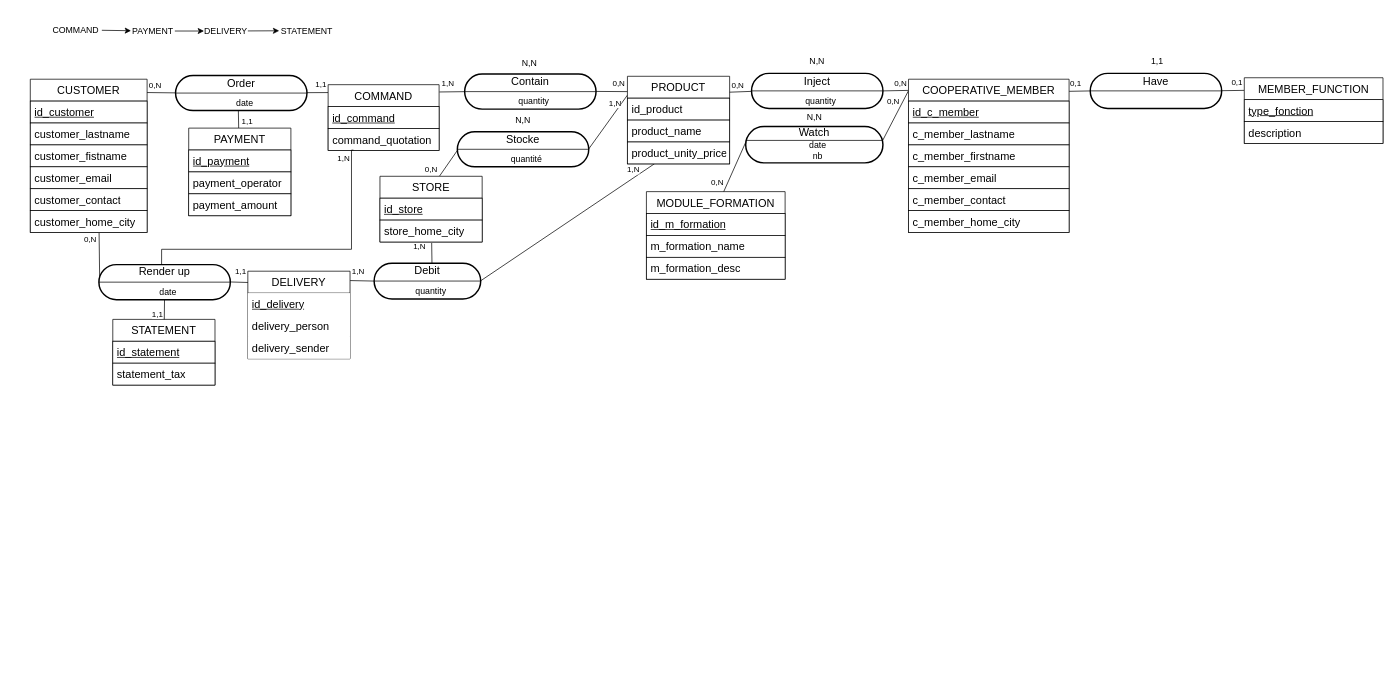
Earlier version of the draw.io diagram doc/architectures/database/00_mcd.drawio (Ghislain-KIMA/projet_tutor-_licence_2_plateforme_de_gestion_des_coop-ratives_agricoles). Source tidied: cells renumbered, new cells numbered last; positions are measured from the earlier drawing's top-left corner, leaving out a move shared by most shapes. Both pictures are drawn from the tidied source at 73%, with x=0, y=0 at pixel (30, 18).
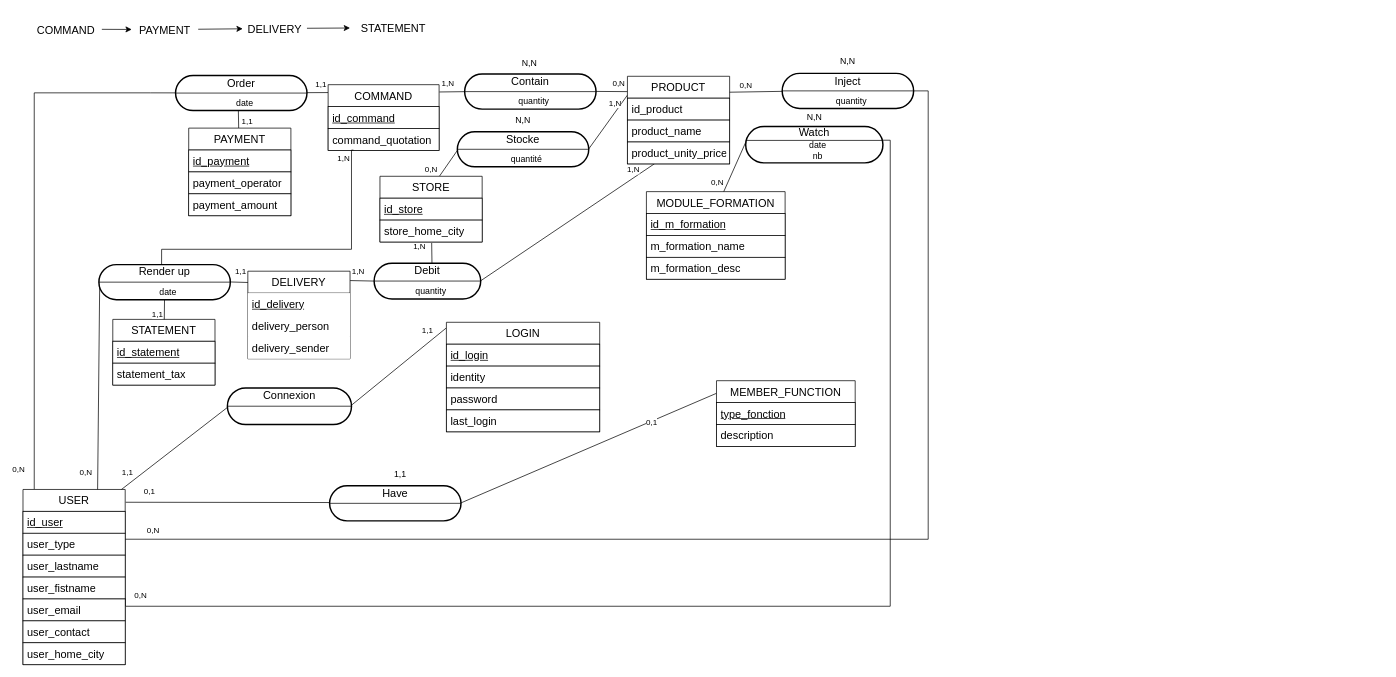
The same page after the edit.

Unchanged cells that the change refers to:
```xml
<mxCell id="48" style="line;strokeWidth=1;fillColor=none;align=left;verticalAlign=middle;spacingTop=-1;spacingLeft=3;spacingRight=3;labelPosition=right;points=[];portConstraint=eastwest;fontSize=15;" parent="45" vertex="1">
  <mxGeometry y="20" width="180" height="8" as="geometry" />
</mxCell>
<mxCell id="63" value="MEMBER_FUNCTION" style="swimlane;fontStyle=0;horizontal=1;startSize=30;whiteSpace=wrap;html=1;fontSize=15;" parent="62" vertex="1">
  <mxGeometry width="190" height="90" as="geometry" />
</mxCell>
<mxCell id="78" style="line;strokeWidth=1;fillColor=none;align=left;verticalAlign=middle;spacingTop=-1;spacingLeft=3;spacingRight=3;labelPosition=right;points=[];portConstraint=eastwest;fontSize=15;" parent="75" vertex="1">
  <mxGeometry y="20" width="180" height="8" as="geometry" />
</mxCell>
<mxCell id="114" style="line;strokeWidth=1;fillColor=none;align=left;verticalAlign=middle;spacingTop=-1;spacingLeft=3;spacingRight=3;labelPosition=right;points=[];portConstraint=eastwest;fontSize=15;rotation=0;" parent="111" vertex="1">
  <mxGeometry y="14.8" width="188" height="8.3" as="geometry" />
</mxCell>
<mxCell id="128" style="line;strokeWidth=1;fillColor=none;align=left;verticalAlign=middle;spacingTop=-1;spacingLeft=3;spacingRight=3;labelPosition=right;points=[];portConstraint=eastwest;fontSize=15;" parent="125" vertex="1">
  <mxGeometry y="21" width="180" height="8" as="geometry" />
</mxCell>
```

Change to the diagram source:
```diff
@@
-    <mxCell id="2" style="rounded=0;jettySize=auto;html=1;" parent="1" edge="1" source="3" target="8">
+    <mxCell id="2" style="rounded=0;jettySize=auto;html=1;fontSize=15;" parent="1" edge="1" source="3" target="8">
       <mxGeometry relative="1" as="geometry" />
     </mxCell>
-    <mxCell id="3" value="COMMAND" style="text;html=1;whiteSpace=wrap;strokeColor=none;fillColor=none;align=center;verticalAlign=middle;rounded=0;" parent="1" vertex="1">
-      <mxGeometry x="27" y="4" width="71" height="25" as="geometry" />
+    <mxCell id="3" value="COMMAND" style="text;html=1;whiteSpace=wrap;strokeColor=none;fillColor=none;align=center;verticalAlign=middle;rounded=0;fontSize=15;" parent="1" vertex="1">
+      <mxGeometry y="4" width="98" height="23" as="geometry" />
     </mxCell>
-    <mxCell id="4" style="rounded=0;jettySize=auto;html=1;" parent="1" edge="1" source="5" target="6">
+    <mxCell id="4" style="rounded=0;jettySize=auto;html=1;fontSize=15;" parent="1" edge="1" source="5" target="6">
       <mxGeometry relative="1" as="geometry" />
     </mxCell>
-    <mxCell id="5" value="DELIVERY" style="text;html=1;whiteSpace=wrap;strokeColor=none;fillColor=none;align=center;verticalAlign=middle;rounded=0;" parent="1" vertex="1">
-      <mxGeometry x="238" y="3" width="60" height="30" as="geometry" />
+    <mxCell id="5" value="DELIVERY" style="text;html=1;whiteSpace=wrap;strokeColor=none;fillColor=none;align=center;verticalAlign=middle;rounded=0;fontSize=15;" parent="1" vertex="1">
+      <mxGeometry x="291" y="-7.5" width="88" height="44" as="geometry" />
     </mxCell>
-    <mxCell id="6" value="STATEMENT" style="text;html=1;whiteSpace=wrap;strokeColor=none;fillColor=none;align=center;verticalAlign=middle;rounded=0;" parent="1" vertex="1">
-      <mxGeometry x="341" width="76" height="35" as="geometry" />
+    <mxCell id="6" value="STATEMENT" style="text;html=1;whiteSpace=wrap;strokeColor=none;fillColor=none;align=center;verticalAlign=middle;rounded=0;fontSize=15;" parent="1" vertex="1">
+      <mxGeometry x="438" width="119" height="27" as="geometry" />
     </mxCell>
-    <mxCell id="7" style="rounded=0;jettySize=auto;html=1;" parent="1" edge="1" source="8" target="5">
+    <mxCell id="7" style="rounded=0;jettySize=auto;html=1;fontSize=15;" parent="1" edge="1" source="8" target="5">
       <mxGeometry relative="1" as="geometry" />
     </mxCell>
-    <mxCell id="8" value="PAYMENT" style="text;html=1;whiteSpace=wrap;strokeColor=none;fillColor=none;align=center;verticalAlign=middle;rounded=0;" parent="1" vertex="1">
-      <mxGeometry x="138" y="3" width="60" height="30" as="geometry" />
+    <mxCell id="8" value="PAYMENT" style="text;html=1;whiteSpace=wrap;strokeColor=none;fillColor=none;align=center;verticalAlign=middle;rounded=0;fontSize=15;" parent="1" vertex="1">
+      <mxGeometry x="139" y="-1" width="91" height="34" as="geometry" />
     </mxCell>
-    <mxCell id="9" style="endArrow=none;html=1;rounded=0;exitX=0.998;exitY=0.087;exitDx=0;exitDy=0;exitPerimeter=0;entryX=0.004;entryY=0.466;entryDx=0;entryDy=0;entryPerimeter=0;" parent="1" edge="1" source="134" target="48">
+    <mxCell id="9" style="endArrow=none;html=1;rounded=0;exitX=0.11;exitY=-0.001;exitDx=0;exitDy=0;exitPerimeter=0;entryX=0.004;entryY=0.466;entryDx=0;entryDy=0;entryPerimeter=0;edgeStyle=orthogonalEdgeStyle;" parent="1" edge="1" source="160" target="48">
       <mxGeometry relative="1" as="geometry" />
     </mxCell>
     <mxCell id="10" value="0,N" style="edgeLabel;html=1;align=center;verticalAlign=middle;" parent="9" vertex="1">
       <mxGeometry x="-0.73" relative="1" as="geometry">
-        <mxPoint x="6" y="-10" as="offset" />
+        <mxPoint x="-22" y="73" as="offset" />
       </mxGeometry>
     </mxCell>
-    <mxCell id="11" style="endArrow=none;html=1;rounded=0;entryX=0.006;entryY=0.505;entryDx=0;entryDy=0;entryPerimeter=0;exitX=0.589;exitY=1.009;exitDx=0;exitDy=0;exitPerimeter=0;" parent="1" edge="1" source="140" target="128">
+    <mxCell id="11" style="endArrow=none;html=1;rounded=0;entryX=0.006;entryY=0.505;entryDx=0;entryDy=0;entryPerimeter=0;exitX=0.73;exitY=0.002;exitDx=0;exitDy=0;exitPerimeter=0;" parent="1" edge="1" source="160" target="128">
       <mxGeometry relative="1" as="geometry" />
     </mxCell>
@@
-    <mxCell id="19" style="rounded=0;jettySize=auto;html=1;exitX=1.001;exitY=0.501;exitDx=0;exitDy=0;exitPerimeter=0;entryX=-0.002;entryY=0.073;entryDx=0;entryDy=0;entryPerimeter=0;endArrow=none;endFill=0;" parent="1" edge="1" source="78" target="55">
+    <mxCell id="19" style="rounded=0;jettySize=auto;html=1;exitX=1.001;exitY=0.501;exitDx=0;exitDy=0;exitPerimeter=0;endArrow=none;endFill=0;entryX=0.992;entryY=0.272;entryDx=0;entryDy=0;entryPerimeter=0;edgeStyle=orthogonalEdgeStyle;" parent="1" edge="1" source="78" target="162">
       <mxGeometry relative="1" as="geometry" />
     </mxCell>
     <mxCell id="20" value="0,N" style="edgeLabel;html=1;align=center;verticalAlign=middle;" parent="19" vertex="1">
       <mxGeometry x="0.36" relative="1" as="geometry">
-        <mxPoint y="-10" as="offset" />
+        <mxPoint x="-517" y="-13" as="offset" />
       </mxGeometry>
     </mxCell>
@@
-    <mxCell id="31" style="endArrow=none;html=1;rounded=0;exitX=0.999;exitY=0.467;exitDx=0;exitDy=0;exitPerimeter=0;entryX=0;entryY=0.075;entryDx=0;entryDy=0;entryPerimeter=0;" parent="1" edge="1" source="114" target="55">
+    <mxCell id="31" style="endArrow=none;html=1;rounded=0;exitX=0.999;exitY=0.467;exitDx=0;exitDy=0;exitPerimeter=0;entryX=1.003;entryY=0.982;entryDx=0;entryDy=0;entryPerimeter=0;edgeStyle=orthogonalEdgeStyle;" parent="1" edge="1" source="114" target="164">
       <mxGeometry relative="1" as="geometry" />
     </mxCell>
     <mxCell id="32" value="0,N" style="edgeLabel;html=1;align=center;verticalAlign=middle;" parent="31" vertex="1">
       <mxGeometry x="0.73" relative="1" as="geometry">
-        <mxPoint x="-17" y="5" as="offset" />
+        <mxPoint x="-200" y="-16" as="offset" />
       </mxGeometry>
     </mxCell>
@@
-    <mxCell id="39" style="endArrow=none;html=1;rounded=0;entryX=0.006;entryY=0.505;entryDx=0;entryDy=0;entryPerimeter=0;exitX=1;exitY=0.079;exitDx=0;exitDy=0;exitPerimeter=0;" parent="1" edge="1" source="55" target="84">
+    <mxCell id="39" style="endArrow=none;html=1;rounded=0;exitX=1.004;exitY=0.073;exitDx=0;exitDy=0;exitPerimeter=0;entryX=0.006;entryY=0.362;entryDx=0;entryDy=0;entryPerimeter=0;" parent="1" edge="1" source="160" target="84">
       <mxGeometry relative="1" as="geometry" />
     </mxCell>
     <mxCell id="40" value="0,1" style="edgeLabel;html=1;align=center;verticalAlign=middle;" parent="39" vertex="1">
       <mxGeometry x="-0.61" y="2" relative="1" as="geometry">
-        <mxPoint x="3" y="-9" as="offset" />
+        <mxPoint x="-23" y="-13" as="offset" />
       </mxGeometry>
     </mxCell>
-    <mxCell id="41" style="endArrow=none;html=1;rounded=0;exitX=0.999;exitY=0.467;exitDx=0;exitDy=0;exitPerimeter=0;entryX=0;entryY=0.192;entryDx=0;entryDy=0;entryPerimeter=0;" parent="1" edge="1" source="84" target="63">
+    <mxCell id="41" style="endArrow=none;html=1;rounded=0;exitX=0.99;exitY=0.521;exitDx=0;exitDy=0;entryX=0;entryY=0.192;entryDx=0;entryDy=0;entryPerimeter=0;exitPerimeter=0;" parent="1" edge="1" source="84" target="63">
       <mxGeometry relative="1" as="geometry" />
     </mxCell>
     <mxCell id="42" value="0,1" style="edgeLabel;html=1;align=center;verticalAlign=middle;" parent="41" vertex="1">
       <mxGeometry x="0.46" y="4" relative="1" as="geometry">
-        <mxPoint x="-2" y="-7" as="offset" />
+        <mxPoint x="7" y="2" as="offset" />
       </mxGeometry>
     </mxCell>
@@
-    <mxCell id="54" style="group;" parent="1" vertex="1">
-      <mxGeometry x="1203" y="84" width="220" height="210" as="geometry" />
-    </mxCell>
-    <mxCell id="55" value="COOPERATIVE_MEMBER" style="swimlane;fontStyle=0;horizontal=1;startSize=30;whiteSpace=wrap;html=1;fontSize=15;" parent="54" vertex="1">
-      <mxGeometry width="220" height="210" as="geometry" />
-    </mxCell>
-    <mxCell id="56" value="&lt;u&gt;id_c_member&lt;/u&gt;" style="text;strokeColor=default;fillColor=default;align=left;verticalAlign=middle;spacingLeft=4;spacingRight=4;overflow=hidden;whiteSpace=wrap;html=1;fontSize=15;" parent="54" vertex="1">
-      <mxGeometry y="30" width="220" height="30" as="geometry" />
-    </mxCell>
-    <mxCell id="57" value="c_member_lastname" style="text;strokeColor=default;fillColor=default;align=left;verticalAlign=middle;spacingLeft=4;spacingRight=4;overflow=hidden;whiteSpace=wrap;html=1;fontSize=15;" parent="54" vertex="1">
-      <mxGeometry y="60" width="220" height="30" as="geometry" />
-    </mxCell>
-    <mxCell id="58" value="c_member_firstname" style="text;strokeColor=default;fillColor=default;align=left;verticalAlign=middle;spacingLeft=4;spacingRight=4;overflow=hidden;whiteSpace=wrap;html=1;fontSize=15;" parent="54" vertex="1">
-      <mxGeometry y="90" width="220" height="30" as="geometry" />
-    </mxCell>
-    <mxCell id="59" value="c_member_email" style="text;strokeColor=default;fillColor=default;align=left;verticalAlign=middle;spacingLeft=4;spacingRight=4;overflow=hidden;whiteSpace=wrap;html=1;fontSize=15;" parent="54" vertex="1">
-      <mxGeometry y="120" width="220" height="30" as="geometry" />
-    </mxCell>
-    <mxCell id="60" value="c_member_contact" style="text;strokeColor=default;fillColor=default;align=left;verticalAlign=middle;spacingLeft=4;spacingRight=4;overflow=hidden;whiteSpace=wrap;html=1;fontSize=15;" parent="54" vertex="1">
-      <mxGeometry y="150" width="220" height="30" as="geometry" />
-    </mxCell>
-    <mxCell id="61" value="c_member_home_city" style="text;strokeColor=default;fillColor=default;align=left;verticalAlign=middle;spacingLeft=4;spacingRight=4;overflow=hidden;whiteSpace=wrap;html=1;fontSize=15;" parent="54" vertex="1">
-      <mxGeometry y="180" width="220" height="30" as="geometry" />
-    </mxCell>
     <mxCell id="62" style="group;" parent="1" vertex="1">
-      <mxGeometry x="1663" y="82" width="190" height="90" as="geometry" />
+      <mxGeometry x="940" y="497" width="190" height="90" as="geometry" />
     </mxCell>
@@
     <mxCell id="73" style="group;" parent="1" vertex="1">
-      <mxGeometry x="988" y="44" width="180" height="80" as="geometry" />
+      <mxGeometry x="1030" y="44" width="180" height="80" as="geometry" />
     </mxCell>
@@
-    <mxCell id="80" style="group;" parent="1" vertex="1">
-      <mxGeometry x="1452" y="45" width="180" height="79" as="geometry" />
-    </mxCell>
-    <mxCell id="81" style="group;" parent="80" vertex="1">
-      <mxGeometry y="31" width="180" height="48" as="geometry" />
-    </mxCell>
-    <mxCell id="82" style="fontStyle=1;align=center;verticalAlign=middle;horizontal=1;rounded=1;absoluteArcSize=1;arcSize=99;fontSize=15;strokeWidth=2;" parent="81" vertex="1">
-      <mxGeometry width="180" height="48" as="geometry" />
-    </mxCell>
-    <mxCell id="83" value="Have" style="html=1;align=center;spacing=0;verticalAlign=middle;strokeColor=none;fillColor=none;whiteSpace=wrap;fontSize=15;" parent="81" vertex="1">
-      <mxGeometry width="180" height="20" as="geometry" />
-    </mxCell>
-    <mxCell id="84" style="line;strokeWidth=1;fillColor=none;align=left;verticalAlign=middle;spacingTop=-1;spacingLeft=3;spacingRight=3;labelPosition=right;points=[];portConstraint=eastwest;fontSize=15;" parent="81" vertex="1">
-      <mxGeometry y="20" width="180" height="8" as="geometry" />
-    </mxCell>
-    <mxCell id="85" style="html=1;align=left;spacing=0;spacingLeft=10;verticalAlign=middle;strokeColor=none;fillColor=none;whiteSpace=wrap;fontSize=12;strokeWidth=2;" parent="81" vertex="1">
-      <mxGeometry y="28" width="180" height="20" as="geometry" />
-    </mxCell>
-    <mxCell id="86" value="1,1" style="text;html=1;whiteSpace=wrap;strokeColor=none;fillColor=none;align=center;verticalAlign=middle;rounded=0;" parent="80" vertex="1">
-      <mxGeometry x="62" width="60" height="30" as="geometry" />
-    </mxCell>
@@
-    <mxCell id="134" value="CUSTOMER" style="swimlane;fontStyle=0;horizontal=1;startSize=30;whiteSpace=wrap;html=1;fontSize=15;" parent="1" vertex="1">
-      <mxGeometry y="84" width="160" height="210" as="geometry" />
-    </mxCell>
-    <mxCell id="135" value="&lt;u&gt;id_customer&lt;/u&gt;" style="text;strokeColor=default;fillColor=default;align=left;verticalAlign=middle;spacingLeft=4;spacingRight=4;overflow=hidden;whiteSpace=wrap;html=1;fontSize=15;" parent="134" vertex="1">
-      <mxGeometry y="30" width="160" height="30" as="geometry" />
-    </mxCell>
-    <mxCell id="136" value="customer_lastname" style="text;strokeColor=default;fillColor=default;align=left;verticalAlign=middle;spacingLeft=4;spacingRight=4;overflow=hidden;whiteSpace=wrap;html=1;fontSize=15;" parent="134" vertex="1">
-      <mxGeometry y="60" width="160" height="30" as="geometry" />
-    </mxCell>
-    <mxCell id="137" value="customer_fistname" style="text;strokeColor=default;fillColor=default;align=left;verticalAlign=middle;spacingLeft=4;spacingRight=4;overflow=hidden;whiteSpace=wrap;html=1;fontSize=15;" parent="134" vertex="1">
-      <mxGeometry y="90" width="160" height="30" as="geometry" />
-    </mxCell>
-    <mxCell id="138" value="customer_email" style="text;strokeColor=default;fillColor=default;align=left;verticalAlign=middle;spacingLeft=4;spacingRight=4;overflow=hidden;whiteSpace=wrap;html=1;fontSize=15;" parent="134" vertex="1">
-      <mxGeometry y="120" width="160" height="30" as="geometry" />
-    </mxCell>
-    <mxCell id="139" value="customer_contact" style="text;strokeColor=default;fillColor=default;align=left;verticalAlign=middle;spacingLeft=4;spacingRight=4;overflow=hidden;whiteSpace=wrap;html=1;fontSize=15;" parent="134" vertex="1">
-      <mxGeometry y="150" width="160" height="30" as="geometry" />
-    </mxCell>
-    <mxCell id="140" value="customer_home_city" style="text;strokeColor=default;fillColor=default;align=left;verticalAlign=middle;spacingLeft=4;spacingRight=4;overflow=hidden;points=[[0,0.5],[1,0.5]];portConstraint=eastwest;whiteSpace=wrap;html=1;fontSize=15;" parent="134" vertex="1">
-      <mxGeometry y="180" width="160" height="30" as="geometry" />
-    </mxCell>
@@
+    <mxCell id="147" style="endArrow=none;html=1;rounded=0;exitX=0.959;exitY=0.002;exitDx=0;exitDy=0;exitPerimeter=0;entryX=0.007;entryY=0.594;entryDx=0;entryDy=0;entryPerimeter=0;" parent="1" edge="1" source="160" target="154">
+      <mxGeometry relative="1" as="geometry" />
+    </mxCell>
+    <mxCell id="148" value="1,1" style="edgeLabel;html=1;align=center;verticalAlign=middle;" parent="147" vertex="1">
+      <mxGeometry x="-0.73" relative="1" as="geometry">
+        <mxPoint x="-12" y="-10" as="offset" />
+      </mxGeometry>
+    </mxCell>
+    <mxCell id="149" style="endArrow=none;html=1;rounded=0;exitX=0.994;exitY=0.43;exitDx=0;exitDy=0;exitPerimeter=0;entryX=-0.001;entryY=0.052;entryDx=0;entryDy=0;entryPerimeter=0;" parent="1" edge="1" source="154" target="155">
+      <mxGeometry relative="1" as="geometry" />
+    </mxCell>
+    <mxCell id="150" value="1,1" style="edgeLabel;html=1;align=center;verticalAlign=middle;" parent="149" vertex="1">
+      <mxGeometry x="0.74" y="1" relative="1" as="geometry">
+        <mxPoint x="-9" y="-10" as="offset" />
+      </mxGeometry>
+    </mxCell>
+    <mxCell id="151" style="group;" parent="1" vertex="1">
+      <mxGeometry x="270" y="507" width="170" height="50" as="geometry" />
+    </mxCell>
+    <mxCell id="152" style="fontStyle=1;align=center;verticalAlign=middle;horizontal=1;rounded=1;absoluteArcSize=1;arcSize=180;fontSize=15;strokeWidth=2;" parent="151" vertex="1">
+      <mxGeometry width="170" height="50" as="geometry" />
+    </mxCell>
+    <mxCell id="153" value="Connexion" style="html=1;align=center;spacing=0;verticalAlign=middle;strokeColor=none;fillColor=none;whiteSpace=wrap;fontSize=15;" parent="151" vertex="1">
+      <mxGeometry width="170" height="20.8" as="geometry" />
+    </mxCell>
+    <mxCell id="154" style="line;strokeWidth=1;fillColor=none;align=left;verticalAlign=middle;spacingTop=-1;spacingLeft=3;spacingRight=3;labelPosition=right;points=[];portConstraint=eastwest;fontSize=15;" parent="151" vertex="1">
+      <mxGeometry y="20.8" width="170" height="8.3" as="geometry" />
+    </mxCell>
+    <mxCell id="155" value="LOGIN" style="swimlane;fontStyle=0;horizontal=1;startSize=30;whiteSpace=wrap;html=1;fontSize=15;" parent="1" vertex="1">
+      <mxGeometry x="570" y="417" width="210" height="150" as="geometry" />
+    </mxCell>
+    <mxCell id="156" value="&lt;u&gt;id_login&lt;/u&gt;" style="text;strokeColor=default;fillColor=default;align=left;verticalAlign=middle;spacingLeft=4;spacingRight=4;overflow=hidden;whiteSpace=wrap;html=1;fontSize=15;" parent="155" vertex="1">
+      <mxGeometry y="30" width="210" height="30" as="geometry" />
+    </mxCell>
+    <mxCell id="157" value="identity" style="text;strokeColor=default;fillColor=default;align=left;verticalAlign=middle;spacingLeft=4;spacingRight=4;overflow=hidden;whiteSpace=wrap;html=1;fontSize=15;" parent="155" vertex="1">
+      <mxGeometry y="60" width="210" height="30" as="geometry" />
+    </mxCell>
+    <mxCell id="158" value="password" style="text;strokeColor=default;fillColor=default;align=left;verticalAlign=middle;spacingLeft=4;spacingRight=4;overflow=hidden;whiteSpace=wrap;html=1;fontSize=15;" parent="155" vertex="1">
+      <mxGeometry y="90" width="210" height="30" as="geometry" />
+    </mxCell>
+    <mxCell id="159" value="last_login" style="text;strokeColor=default;fillColor=default;align=left;verticalAlign=middle;spacingLeft=4;spacingRight=4;overflow=hidden;whiteSpace=wrap;html=1;fontSize=15;" parent="155" vertex="1">
+      <mxGeometry y="120" width="210" height="30" as="geometry" />
+    </mxCell>
+    <mxCell id="160" value="USER" style="swimlane;fontStyle=0;horizontal=1;startSize=30;whiteSpace=wrap;html=1;fontSize=15;" parent="1" vertex="1">
+      <mxGeometry x="-10" y="646" width="140" height="240" as="geometry" />
+    </mxCell>
+    <mxCell id="161" value="&lt;u&gt;id_user&lt;/u&gt;" style="text;strokeColor=default;fillColor=default;align=left;verticalAlign=middle;spacingLeft=4;spacingRight=4;overflow=hidden;whiteSpace=wrap;html=1;fontSize=15;" parent="160" vertex="1">
+      <mxGeometry y="30" width="140" height="30" as="geometry" />
+    </mxCell>
+    <mxCell id="162" value="user_type" style="text;strokeColor=default;fillColor=default;align=left;verticalAlign=middle;spacingLeft=4;spacingRight=4;overflow=hidden;points=[[0,0.5],[1,0.5]];portConstraint=eastwest;whiteSpace=wrap;html=1;fontSize=15;" parent="160" vertex="1">
+      <mxGeometry y="60" width="140" height="30" as="geometry" />
+    </mxCell>
+    <mxCell id="163" value="user_lastname" style="text;strokeColor=default;fillColor=default;align=left;verticalAlign=middle;spacingLeft=4;spacingRight=4;overflow=hidden;whiteSpace=wrap;html=1;fontSize=15;" parent="160" vertex="1">
+      <mxGeometry y="90" width="140" height="30" as="geometry" />
+    </mxCell>
+    <mxCell id="164" value="user_fistname" style="text;strokeColor=default;fillColor=default;align=left;verticalAlign=middle;spacingLeft=4;spacingRight=4;overflow=hidden;points=[[0,0.5],[1,0.5]];portConstraint=eastwest;whiteSpace=wrap;html=1;fontSize=15;" parent="160" vertex="1">
+      <mxGeometry y="120" width="140" height="30" as="geometry" />
+    </mxCell>
+    <mxCell id="165" value="user_email" style="text;strokeColor=default;fillColor=default;align=left;verticalAlign=middle;spacingLeft=4;spacingRight=4;overflow=hidden;whiteSpace=wrap;html=1;fontSize=15;" parent="160" vertex="1">
+      <mxGeometry y="150" width="140" height="30" as="geometry" />
+    </mxCell>
+    <mxCell id="166" value="user_contact" style="text;strokeColor=default;fillColor=default;align=left;verticalAlign=middle;spacingLeft=4;spacingRight=4;overflow=hidden;whiteSpace=wrap;html=1;fontSize=15;" parent="160" vertex="1">
+      <mxGeometry y="180" width="140" height="30" as="geometry" />
+    </mxCell>
+    <mxCell id="167" value="user_home_city" style="text;strokeColor=default;fillColor=default;align=left;verticalAlign=middle;spacingLeft=4;spacingRight=4;overflow=hidden;whiteSpace=wrap;html=1;fontSize=15;" parent="160" vertex="1">
+      <mxGeometry y="210" width="140" height="30" as="geometry" />
+    </mxCell>
+    <mxCell id="168" style="group;" parent="1" vertex="1">
+      <mxGeometry x="410" y="611" width="180" height="78" as="geometry" />
+    </mxCell>
+    <mxCell id="81" style="group;" parent="168" vertex="1">
+      <mxGeometry y="30" width="180" height="48" as="geometry" />
+    </mxCell>
+    <mxCell id="82" style="fontStyle=1;align=center;verticalAlign=middle;horizontal=1;rounded=1;absoluteArcSize=1;arcSize=99;fontSize=15;strokeWidth=2;" parent="81" vertex="1">
+      <mxGeometry width="180" height="48" as="geometry" />
+    </mxCell>
+    <mxCell id="83" value="Have" style="html=1;align=center;spacing=0;verticalAlign=middle;strokeColor=none;fillColor=none;whiteSpace=wrap;fontSize=15;" parent="81" vertex="1">
+      <mxGeometry width="180" height="20" as="geometry" />
+    </mxCell>
+    <mxCell id="84" style="line;strokeWidth=1;fillColor=none;align=left;verticalAlign=middle;spacingTop=-1;spacingLeft=3;spacingRight=3;labelPosition=right;points=[];portConstraint=eastwest;fontSize=15;" parent="81" vertex="1">
+      <mxGeometry y="20" width="180" height="8" as="geometry" />
+    </mxCell>
+    <mxCell id="85" style="html=1;align=left;spacing=0;spacingLeft=10;verticalAlign=middle;strokeColor=none;fillColor=none;whiteSpace=wrap;fontSize=12;strokeWidth=2;" parent="81" vertex="1">
+      <mxGeometry y="28" width="180" height="20" as="geometry" />
+    </mxCell>
+    <mxCell id="86" value="1,1" style="text;html=1;whiteSpace=wrap;strokeColor=none;fillColor=none;align=center;verticalAlign=middle;rounded=0;" parent="168" vertex="1">
+      <mxGeometry x="67" width="60" height="30" as="geometry" />
+    </mxCell>
```
